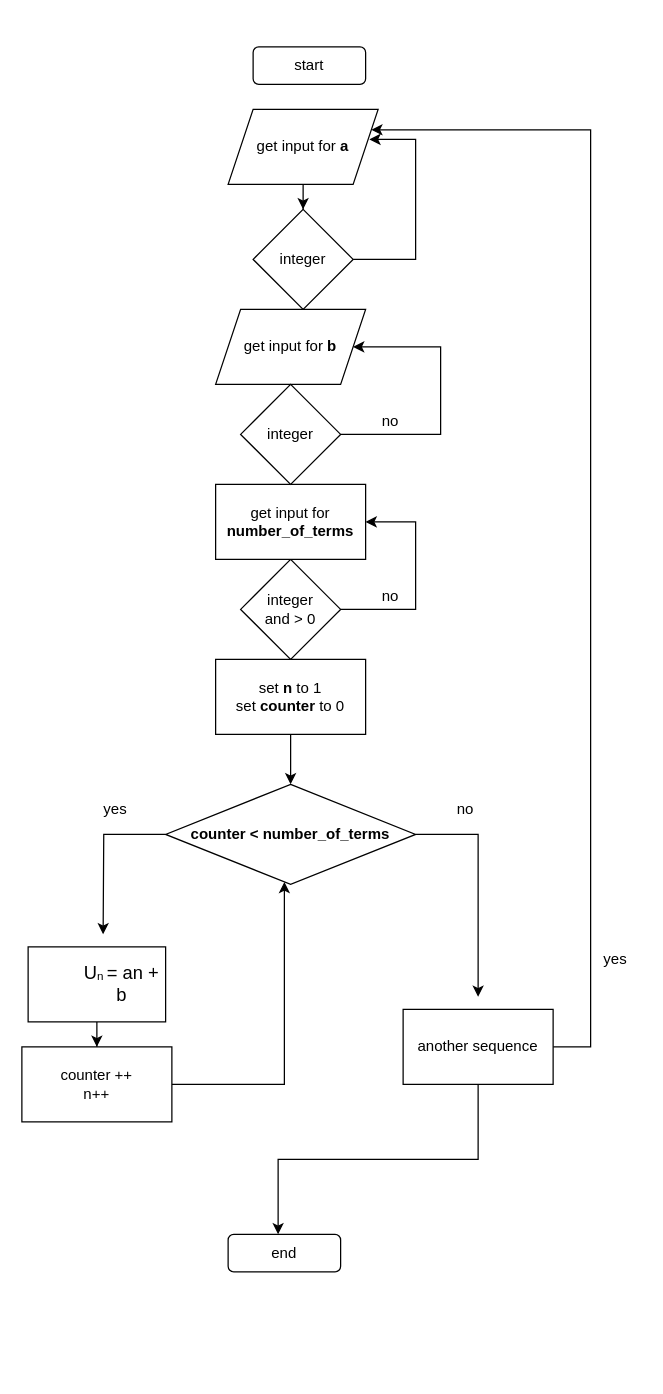
The draw.io diagram task2_flowchart.drawio in nstar95/logic-project-, before the edit. Source tidied: cells renumbered, new cells numbered last; positions are measured from the earlier drawing's top-left corner, leaving out a move shared by most shapes. Both pictures are drawn from the tidied source at 125%, with x=0, y=0 at pixel (21, 46).
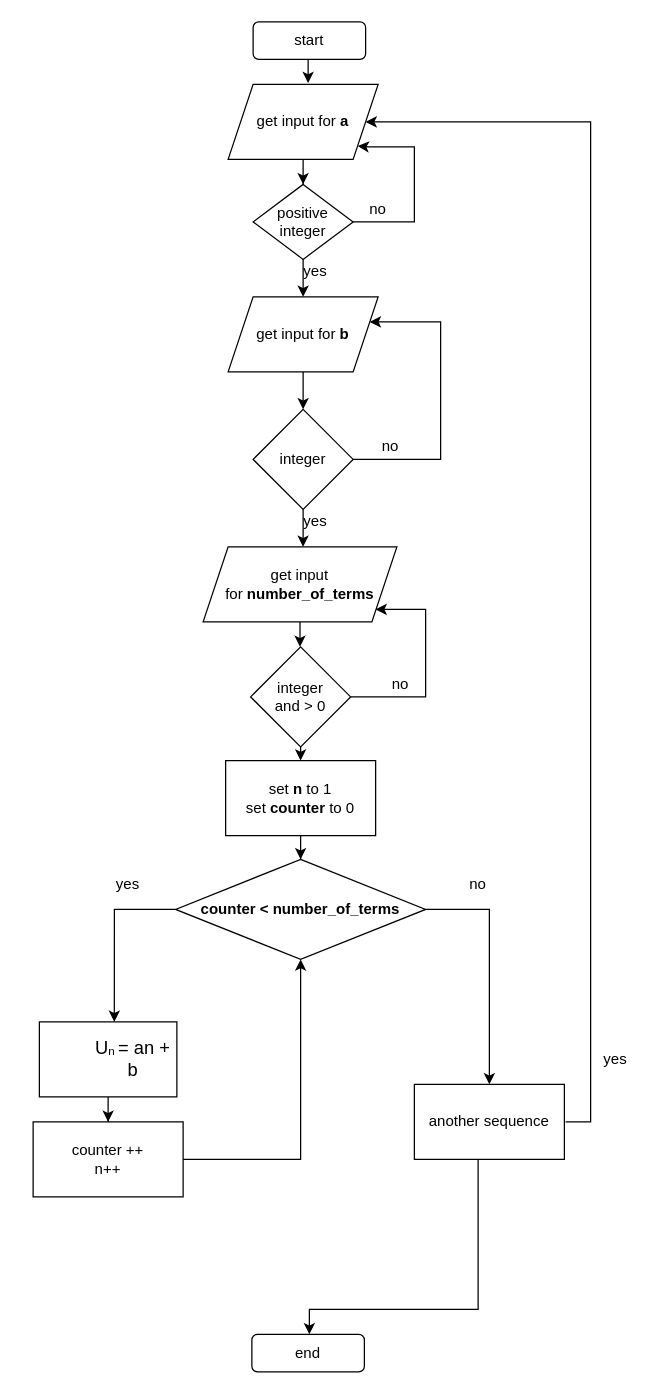
Above is the later version.

What changed in the source:
```diff
@@
+    <mxCell id="31" style="edgeStyle=orthogonalEdgeStyle;rounded=0;orthogonalLoop=1;jettySize=auto;html=1;" parent="1" edge="1">
+      <mxGeometry relative="1" as="geometry">
+        <mxPoint x="234" y="9" as="sourcePoint" />
+        <mxPoint x="229" y="29" as="targetPoint" />
+      </mxGeometry>
+    </mxCell>
     <mxCell id="2" value="start" style="rounded=1;whiteSpace=wrap;html=1;" parent="1" vertex="1">
-      <mxGeometry x="185" width="90" height="30" as="geometry" />
+      <mxGeometry x="185" y="-20" width="90" height="30" as="geometry" />
     </mxCell>
@@
     <mxCell id="4" value="get input for &lt;b&gt;a&lt;/b&gt;" style="shape=parallelogram;perimeter=parallelogramPerimeter;whiteSpace=wrap;html=1;fixedSize=1;" parent="1" vertex="1">
-      <mxGeometry x="165" y="50" width="120" height="60" as="geometry" />
+      <mxGeometry x="165" y="30" width="120" height="60" as="geometry" />
     </mxCell>
-    <mxCell id="5" style="edgeStyle=orthogonalEdgeStyle;rounded=0;jettySize=auto;html=1;entryX=0.942;entryY=0.4;entryDx=0;entryDy=0;entryPerimeter=0;" parent="1" edge="1" source="6" target="4">
+    <mxCell id="5" style="edgeStyle=orthogonalEdgeStyle;rounded=0;jettySize=auto;html=1;entryX=0.864;entryY=0.822;entryDx=0;entryDy=0;entryPerimeter=0;exitX=1;exitY=0.5;exitDx=0;exitDy=0;" parent="1" edge="1" source="6" target="4">
       <mxGeometry relative="1" as="geometry">
         <Array as="points">
-          <mxPoint x="315" y="170" />
-          <mxPoint x="315" y="74" />
+          <mxPoint x="314" y="140" />
+          <mxPoint x="314" y="80" />
+          <mxPoint x="277" y="80" />
         </Array>
       </mxGeometry>
     </mxCell>
+    <mxCell id="32" style="edgeStyle=orthogonalEdgeStyle;rounded=0;jettySize=auto;html=1;entryX=0.5;entryY=0;entryDx=0;entryDy=0;" parent="1" edge="1" source="6" target="7">
+      <mxGeometry relative="1" as="geometry" />
+    </mxCell>
-    <mxCell id="6" value="integer" style="rhombus;whiteSpace=wrap;html=1;" parent="1" vertex="1">
-      <mxGeometry x="185" y="130" width="80" height="80" as="geometry" />
+    <mxCell id="6" value="positive integer" style="rhombus;whiteSpace=wrap;html=1;" parent="1" vertex="1">
+      <mxGeometry x="185" y="110" width="80" height="60" as="geometry" />
     </mxCell>
+    <mxCell id="33" style="edgeStyle=orthogonalEdgeStyle;rounded=0;jettySize=auto;html=1;entryX=0.5;entryY=0;entryDx=0;entryDy=0;" parent="1" edge="1" source="7" target="14">
+      <mxGeometry relative="1" as="geometry" />
+    </mxCell>
     <mxCell id="7" value="get input for &lt;b&gt;b&lt;/b&gt;" style="shape=parallelogram;perimeter=parallelogramPerimeter;whiteSpace=wrap;html=1;fixedSize=1;" parent="1" vertex="1">
-      <mxGeometry x="155" y="210" width="120" height="60" as="geometry" />
+      <mxGeometry x="165" y="200" width="120" height="60" as="geometry" />
     </mxCell>
-    <mxCell id="8" style="edgeStyle=orthogonalEdgeStyle;rounded=0;jettySize=auto;html=1;entryX=1;entryY=0.5;entryDx=0;entryDy=0;" parent="1" edge="1" source="9" target="12">
+    <mxCell id="8" style="edgeStyle=orthogonalEdgeStyle;rounded=0;jettySize=auto;html=1;entryX=1;entryY=0.5;entryDx=0;entryDy=0;" parent="1" edge="1" source="9">
       <mxGeometry relative="1" as="geometry">
+        <mxPoint x="283" y="450" as="targetPoint" />
         <Array as="points">
-          <mxPoint x="315" y="450" />
-          <mxPoint x="315" y="380" />
+          <mxPoint x="323" y="520" />
+          <mxPoint x="323" y="450" />
         </Array>
       </mxGeometry>
     </mxCell>
+    <mxCell id="34" style="edgeStyle=orthogonalEdgeStyle;rounded=0;jettySize=auto;html=1;exitX=0.5;exitY=1;exitDx=0;exitDy=0;entryX=0.5;entryY=0;entryDx=0;entryDy=0;" parent="1" edge="1" source="9" target="11">
+      <mxGeometry relative="1" as="geometry" />
+    </mxCell>
     <mxCell id="9" value="integer&lt;br&gt;and &amp;gt; 0" style="rhombus;whiteSpace=wrap;html=1;" parent="1" vertex="1">
-      <mxGeometry x="175" y="410" width="80" height="80" as="geometry" />
+      <mxGeometry x="183" y="480" width="80" height="80" as="geometry" />
     </mxCell>
@@
     <mxCell id="11" value="set &lt;b&gt;n&lt;/b&gt; to 1&lt;br&gt;set &lt;b&gt;counter&lt;/b&gt; to 0" style="rounded=0;whiteSpace=wrap;html=1;" parent="1" vertex="1">
-      <mxGeometry x="155" y="490" width="120" height="60" as="geometry" />
+      <mxGeometry x="163" y="571" width="120" height="60" as="geometry" />
     </mxCell>
-    <mxCell id="12" value="get input for &lt;b&gt;number_of_terms&lt;/b&gt;" style="rounded=0;whiteSpace=wrap;html=1;" parent="1" vertex="1">
-      <mxGeometry x="155" y="350" width="120" height="60" as="geometry" />
-    </mxCell>
     <mxCell id="13" style="edgeStyle=orthogonalEdgeStyle;rounded=0;jettySize=auto;html=1;" parent="1" edge="1" source="14" target="7">
       <mxGeometry relative="1" as="geometry">
         <Array as="points">
-          <mxPoint x="335" y="310" />
-          <mxPoint x="335" y="240" />
+          <mxPoint x="335" y="330" />
+          <mxPoint x="335" y="220" />
         </Array>
       </mxGeometry>
     </mxCell>
+    <mxCell id="35" style="edgeStyle=orthogonalEdgeStyle;rounded=0;jettySize=auto;html=1;entryX=0.516;entryY=0;entryDx=0;entryDy=0;entryPerimeter=0;" parent="1" edge="1" source="14" target="12">
+      <mxGeometry relative="1" as="geometry" />
+    </mxCell>
     <mxCell id="14" value="integer" style="rhombus;whiteSpace=wrap;html=1;" parent="1" vertex="1">
-      <mxGeometry x="175" y="270" width="80" height="80" as="geometry" />
+      <mxGeometry x="185" y="290" width="80" height="80" as="geometry" />
     </mxCell>
@@
     <mxCell id="16" value="&lt;div class=&quot;page&quot; title=&quot;Page 1&quot; style=&quot;color: rgb(0, 0, 0); font-style: normal; font-weight: normal; letter-spacing: normal; text-indent: 0px; text-transform: none; word-spacing: 0px; text-decoration: none;&quot;&gt;&lt;div class=&quot;layoutArea&quot;&gt;&lt;div class=&quot;column&quot;&gt;&lt;ul style=&quot;list-style-type: none&quot;&gt;&lt;li&gt;&lt;p&gt;&lt;span style=&quot;font-size: 11pt ; font-family: &amp;quot;calibri&amp;quot;&quot;&gt;U&lt;/span&gt;&lt;span style=&quot;font-size: 7pt ; font-family: &amp;quot;calibri&amp;quot; ; vertical-align: -1pt&quot;&gt;n&lt;span class=&quot;Apple-converted-space&quot;&gt;&amp;nbsp;&lt;/span&gt;&lt;/span&gt;&lt;span style=&quot;font-size: 11pt ; font-family: &amp;quot;calibri&amp;quot;&quot;&gt;= an + b&lt;/span&gt;&lt;/p&gt;&lt;/li&gt;&lt;/ul&gt;&lt;/div&gt;&lt;/div&gt;&lt;/div&gt;" style="rounded=0;whiteSpace=wrap;html=1;" parent="1" vertex="1">
-      <mxGeometry x="5" y="720" width="110" height="60" as="geometry" />
+      <mxGeometry x="14" y="780" width="110" height="60" as="geometry" />
     </mxCell>
-    <mxCell id="17" style="edgeStyle=orthogonalEdgeStyle;rounded=0;jettySize=auto;html=1;" parent="1" edge="1" source="19">
+    <mxCell id="17" style="edgeStyle=orthogonalEdgeStyle;rounded=0;jettySize=auto;html=1;entryX=0.545;entryY=0;entryDx=0;entryDy=0;entryPerimeter=0;" parent="1" edge="1" source="19" target="16">
       <mxGeometry relative="1" as="geometry">
-        <mxPoint x="65" y="710" as="targetPoint" />
+        <Array as="points">
+          <mxPoint x="74" y="690" />
+        </Array>
       </mxGeometry>
     </mxCell>
-    <mxCell id="18" style="edgeStyle=orthogonalEdgeStyle;rounded=0;jettySize=auto;html=1;" parent="1" edge="1" source="19">
+    <mxCell id="18" style="edgeStyle=orthogonalEdgeStyle;rounded=0;jettySize=auto;html=1;entryX=0.5;entryY=0;entryDx=0;entryDy=0;" parent="1" edge="1" source="19" target="26">
       <mxGeometry relative="1" as="geometry">
-        <mxPoint x="365" y="760" as="targetPoint" />
         <Array as="points">
-          <mxPoint x="365" y="700" />
-          <mxPoint x="365" y="750" />
+          <mxPoint x="374" y="690" />
         </Array>
       </mxGeometry>
     </mxCell>
     <mxCell id="19" value="&lt;b&gt;counter &amp;lt; number_of_terms&lt;/b&gt;" style="rhombus;whiteSpace=wrap;html=1;" parent="1" vertex="1">
-      <mxGeometry x="115" y="590" width="200" height="80" as="geometry" />
+      <mxGeometry x="123" y="650" width="200" height="80" as="geometry" />
     </mxCell>
-    <mxCell id="20" style="edgeStyle=orthogonalEdgeStyle;rounded=0;jettySize=auto;html=1;" parent="1" edge="1" source="21" target="19">
+    <mxCell id="20" style="edgeStyle=orthogonalEdgeStyle;rounded=0;jettySize=auto;html=1;entryX=0.5;entryY=1;entryDx=0;entryDy=0;" parent="1" edge="1" source="21" target="19">
       <mxGeometry relative="1" as="geometry">
         <Array as="points">
-          <mxPoint x="210" y="830" />
+          <mxPoint x="223" y="890" />
         </Array>
       </mxGeometry>
     </mxCell>
     <mxCell id="21" value="counter ++&lt;br&gt;n++" style="rounded=0;whiteSpace=wrap;html=1;" parent="1" vertex="1">
-      <mxGeometry y="800" width="120" height="60" as="geometry" />
+      <mxGeometry x="9" y="860" width="120" height="60" as="geometry" />
     </mxCell>
     <mxCell id="22" value="yes" style="text;html=1;strokeColor=none;fillColor=none;align=center;verticalAlign=middle;whiteSpace=wrap;rounded=0;" parent="1" vertex="1">
-      <mxGeometry x="55" y="600" width="40" height="20" as="geometry" />
+      <mxGeometry x="65" y="660" width="40" height="20" as="geometry" />
     </mxCell>
     <mxCell id="23" value="no" style="text;html=1;strokeColor=none;fillColor=none;align=center;verticalAlign=middle;whiteSpace=wrap;rounded=0;" parent="1" vertex="1">
-      <mxGeometry x="335" y="600" width="40" height="20" as="geometry" />
+      <mxGeometry x="345" y="660" width="40" height="20" as="geometry" />
     </mxCell>
-    <mxCell id="24" style="edgeStyle=orthogonalEdgeStyle;rounded=0;jettySize=auto;html=1;entryX=1;entryY=0.25;entryDx=0;entryDy=0;" parent="1" edge="1" source="26" target="4">
+    <mxCell id="24" style="edgeStyle=orthogonalEdgeStyle;rounded=0;orthogonalLoop=1;jettySize=auto;html=1;" parent="1" edge="1">
       <mxGeometry relative="1" as="geometry">
+        <mxPoint x="435" y="860" as="sourcePoint" />
+        <mxPoint x="275" y="60" as="targetPoint" />
         <Array as="points">
-          <mxPoint x="455" y="800" />
-          <mxPoint x="455" y="66" />
+          <mxPoint x="455" y="60" />
         </Array>
       </mxGeometry>
     </mxCell>
-    <mxCell id="25" style="edgeStyle=orthogonalEdgeStyle;rounded=0;jettySize=auto;html=1;" parent="1" edge="1" source="26">
-      <mxGeometry relative="1" as="geometry">
-        <mxPoint x="205" y="950" as="targetPoint" />
-        <Array as="points">
-          <mxPoint x="365" y="890" />
-          <mxPoint x="205" y="890" />
-        </Array>
-      </mxGeometry>
-    </mxCell>
+    <mxCell id="36" style="edgeStyle=orthogonalEdgeStyle;rounded=0;jettySize=auto;html=1;entryX=0.5;entryY=0;entryDx=0;entryDy=0;" parent="1" edge="1" source="26">
+      <mxGeometry relative="1" as="geometry">
+        <mxPoint x="230" y="1030" as="targetPoint" />
+        <Array as="points">
+          <mxPoint x="365" y="1010" />
+          <mxPoint x="230" y="1010" />
+        </Array>
+      </mxGeometry>
+    </mxCell>
     <mxCell id="26" value="another sequence" style="rounded=0;whiteSpace=wrap;html=1;" parent="1" vertex="1">
-      <mxGeometry x="305" y="770" width="120" height="60" as="geometry" />
+      <mxGeometry x="314" y="830" width="120" height="60" as="geometry" />
     </mxCell>
     <mxCell id="27" value="yes" style="text;html=1;strokeColor=none;fillColor=none;align=center;verticalAlign=middle;whiteSpace=wrap;rounded=0;" parent="1" vertex="1">
-      <mxGeometry x="455" y="720" width="40" height="20" as="geometry" />
+      <mxGeometry x="455" y="800" width="40" height="20" as="geometry" />
     </mxCell>
     <mxCell id="28" value="end" style="rounded=1;whiteSpace=wrap;html=1;" parent="1" vertex="1">
-      <mxGeometry x="165" y="950" width="90" height="30" as="geometry" />
+      <mxGeometry x="184" y="1030" width="90" height="30" as="geometry" />
     </mxCell>
     <mxCell id="29" value="no" style="text;html=1;strokeColor=none;fillColor=none;align=center;verticalAlign=middle;whiteSpace=wrap;rounded=0;" parent="1" vertex="1">
-      <mxGeometry x="275" y="290" width="40" height="20" as="geometry" />
+      <mxGeometry x="275" y="310" width="40" height="20" as="geometry" />
     </mxCell>
     <mxCell id="30" value="no" style="text;html=1;strokeColor=none;fillColor=none;align=center;verticalAlign=middle;whiteSpace=wrap;rounded=0;" parent="1" vertex="1">
-      <mxGeometry x="275" y="430" width="40" height="20" as="geometry" />
+      <mxGeometry x="283" y="500" width="40" height="20" as="geometry" />
     </mxCell>
+    <mxCell id="37" style="edgeStyle=orthogonalEdgeStyle;rounded=0;jettySize=auto;html=1;entryX=0.5;entryY=0;entryDx=0;entryDy=0;" parent="1" edge="1" source="12" target="9">
+      <mxGeometry relative="1" as="geometry" />
+    </mxCell>
+    <mxCell id="12" value="&lt;span&gt;get input for&amp;nbsp;&lt;/span&gt;&lt;b&gt;number_of_terms&lt;/b&gt;" style="shape=parallelogram;perimeter=parallelogramPerimeter;whiteSpace=wrap;html=1;fixedSize=1;" parent="1" vertex="1">
+      <mxGeometry x="145" y="400" width="155" height="60" as="geometry" />
+    </mxCell>
+    <mxCell id="38" value="no" style="text;html=1;strokeColor=none;fillColor=none;align=center;verticalAlign=middle;whiteSpace=wrap;rounded=0;" parent="1" vertex="1">
+      <mxGeometry x="265" y="120" width="40" height="20" as="geometry" />
+    </mxCell>
+    <mxCell id="39" value="yes" style="text;html=1;strokeColor=none;fillColor=none;align=center;verticalAlign=middle;whiteSpace=wrap;rounded=0;" parent="1" vertex="1">
+      <mxGeometry x="215" y="170" width="40" height="20" as="geometry" />
+    </mxCell>
+    <mxCell id="40" value="yes" style="text;html=1;strokeColor=none;fillColor=none;align=center;verticalAlign=middle;whiteSpace=wrap;rounded=0;" parent="1" vertex="1">
+      <mxGeometry x="215" y="370" width="40" height="20" as="geometry" />
+    </mxCell>
```
